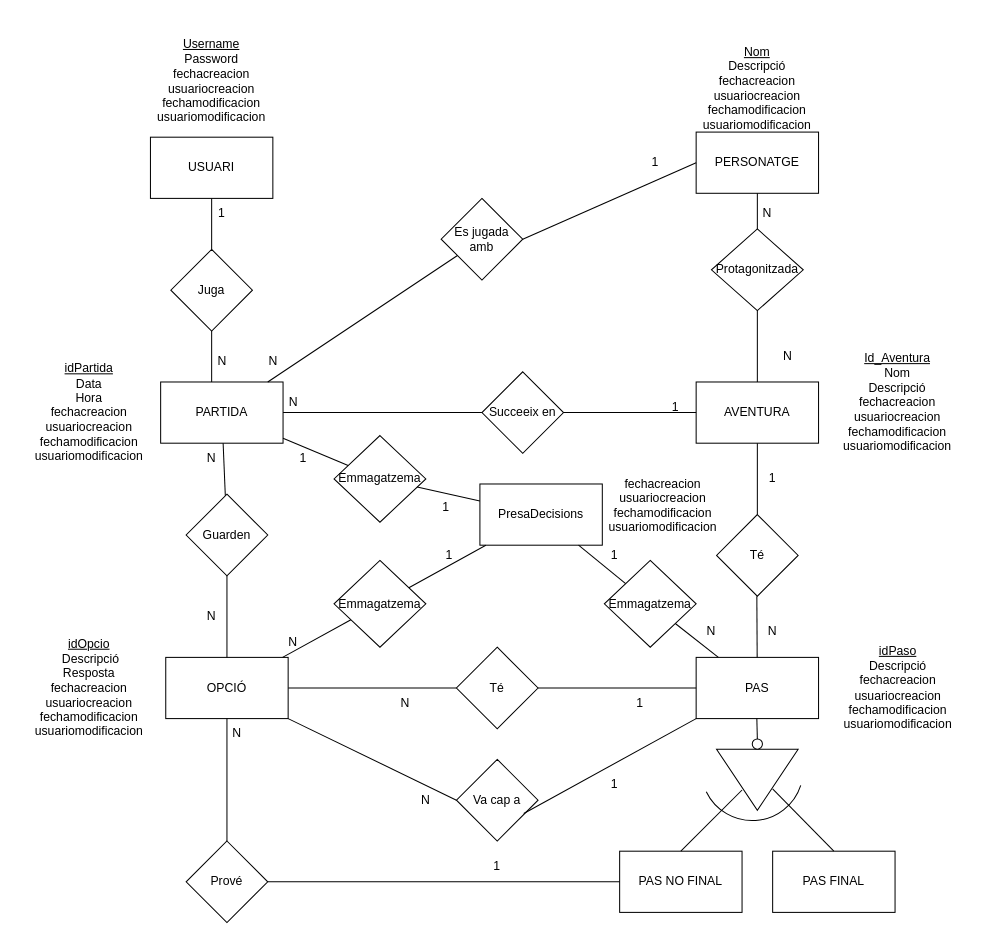
Before: M2/DIAGRAMA_BDD.drawio in raul-garcia-sanchez/Proyecto1DAW, a draw.io diagram. Source tidied: cells renumbered, new cells numbered last; positions are measured from the earlier drawing's top-left corner, leaving out a move shared by most shapes. Both pictures are drawn from the tidied source at 102%, with x=0, y=0 at pixel (17, 30).
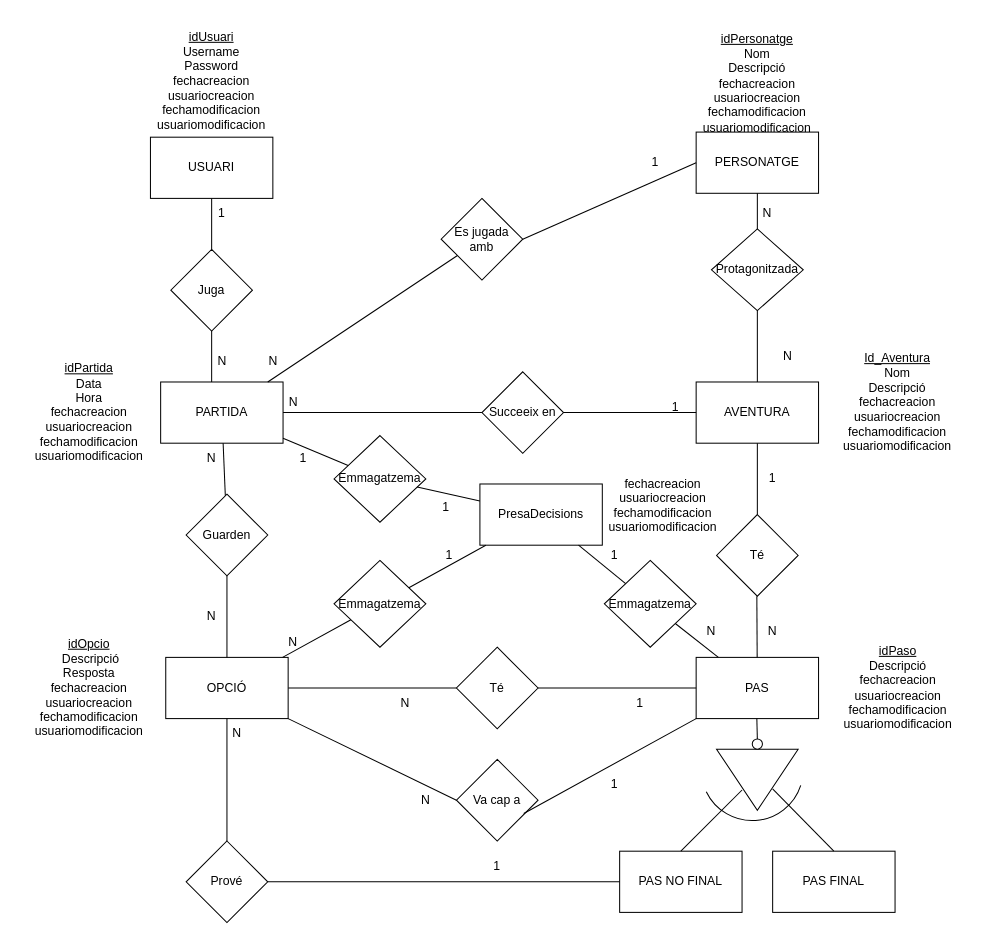
After the change.

Commit message (it also covers changes not shown here):
tablas BDD y diagrama BDD modificación

Diff of the diagram source:
```diff
@@
-    <mxCell id="3" value="&lt;u&gt;Username&lt;/u&gt;&lt;br&gt;&lt;div&gt;Password&lt;/div&gt;&lt;div&gt;fechacreacion&lt;/div&gt;&lt;div&gt;usuariocreacion&lt;/div&gt;&lt;div&gt;fechamodificacion&lt;/div&gt;&lt;div&gt;usuariomodificacion&lt;br&gt;&lt;/div&gt;" style="text;html=1;strokeColor=none;fillColor=none;align=center;verticalAlign=middle;whiteSpace=wrap;rounded=0;" parent="1" vertex="1">
+    <mxCell id="3" value="&lt;div&gt;&lt;u&gt;idUsuari&lt;/u&gt;&lt;/div&gt;&lt;div&gt;Username&lt;/div&gt;&lt;div&gt;Password&lt;/div&gt;&lt;div&gt;fechacreacion&lt;/div&gt;&lt;div&gt;usuariocreacion&lt;/div&gt;&lt;div&gt;fechamodificacion&lt;/div&gt;&lt;div&gt;usuariomodificacion&lt;br&gt;&lt;/div&gt;" style="text;html=1;strokeColor=none;fillColor=none;align=center;verticalAlign=middle;whiteSpace=wrap;rounded=0;" parent="1" vertex="1">
       <mxGeometry x="130" width="120" height="100" as="geometry" />
     </mxCell>
@@
-    <mxCell id="5" value="&lt;br&gt;&lt;u&gt;Nom&lt;/u&gt;&lt;br&gt;&lt;div&gt;Descripció&lt;/div&gt;&lt;div&gt;&lt;div&gt;fechacreacion&lt;/div&gt;&lt;div&gt;usuariocreacion&lt;/div&gt;&lt;div&gt;fechamodificacion&lt;/div&gt;usuariomodificacion&lt;/div&gt;" style="text;html=1;strokeColor=none;fillColor=none;align=center;verticalAlign=middle;whiteSpace=wrap;rounded=0;" parent="1" vertex="1">
-      <mxGeometry x="655" y="5" width="140" height="90" as="geometry" />
+    <mxCell id="5" value="&lt;br&gt;&lt;div&gt;&lt;u&gt;idPersonatge&lt;br&gt;&lt;/u&gt;&lt;/div&gt;&lt;div&gt;Nom&lt;/div&gt;&lt;div&gt;Descripció&lt;/div&gt;&lt;div&gt;&lt;div&gt;fechacreacion&lt;/div&gt;&lt;div&gt;usuariocreacion&lt;/div&gt;&lt;div&gt;fechamodificacion&lt;/div&gt;usuariomodificacion&lt;/div&gt;" style="text;html=1;strokeColor=none;fillColor=none;align=center;verticalAlign=middle;whiteSpace=wrap;rounded=0;" parent="1" vertex="1">
+      <mxGeometry x="655" width="140" height="90" as="geometry" />
     </mxCell>
```
